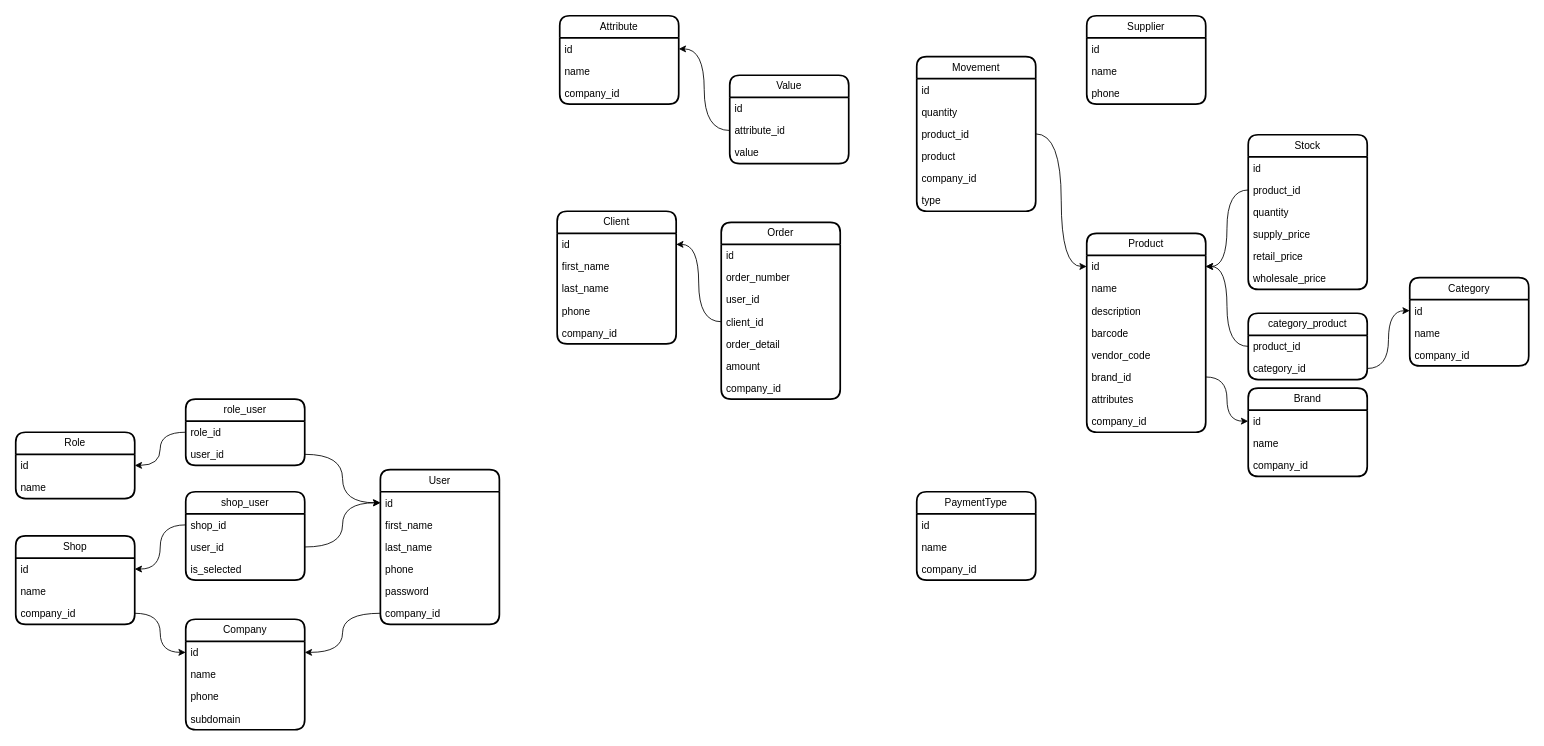
Before: page "v3" (1 of 3) of karsoft-wsm.drawio in iztileuoff/databases, a draw.io diagram. Source tidied: cells renumbered, new cells numbered last; positions are measured from the earlier drawing's top-left corner, leaving out a move shared by most shapes. Both pictures are drawn from the tidied source at 85%, with x=0, y=0 at pixel (15, 15).
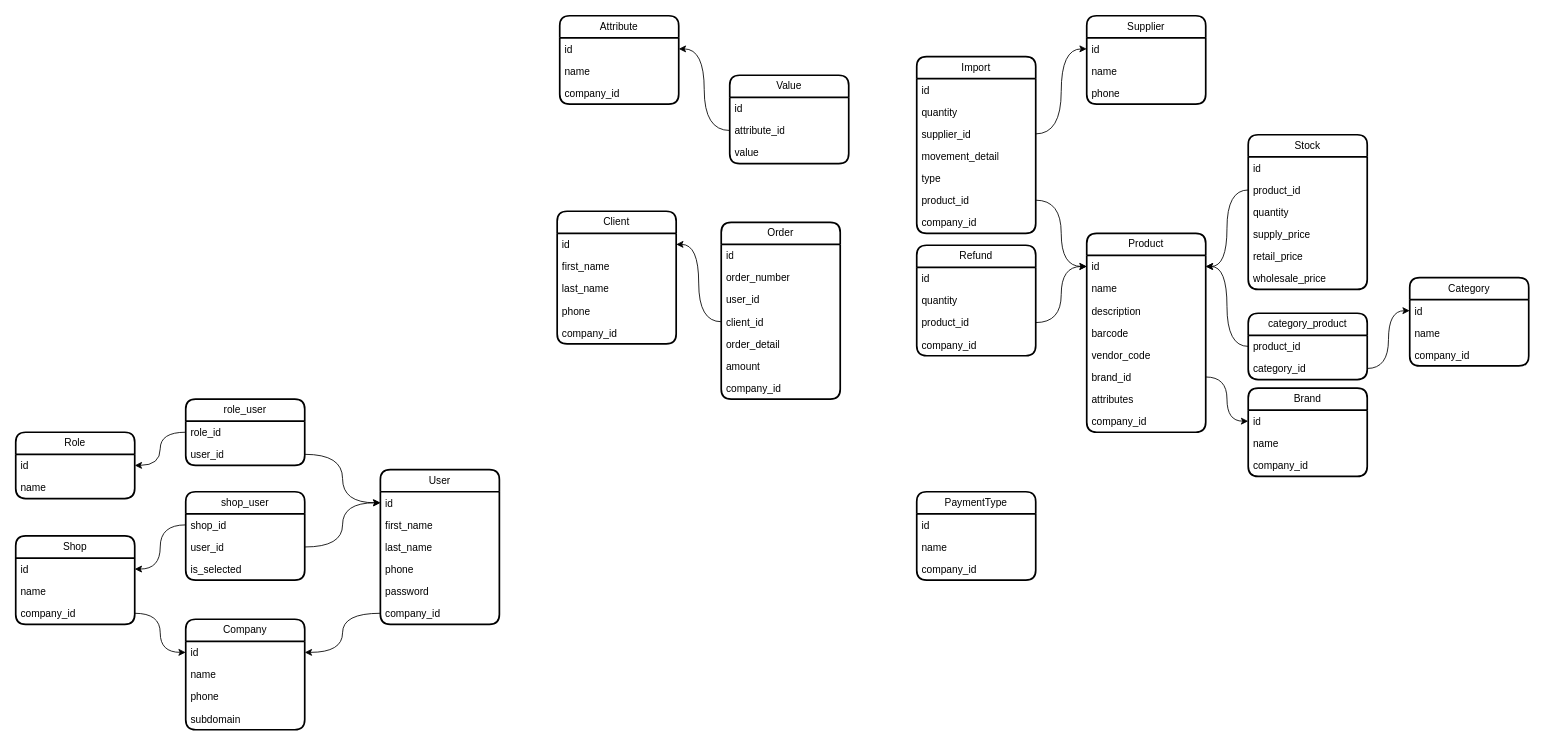
After the change.

The change refers to these unchanged cells:
```xml
<mxCell id="14" value="id" style="text;strokeColor=none;fillColor=none;align=left;verticalAlign=top;spacingLeft=4;spacingRight=4;overflow=hidden;points=[[0,0.5],[1,0.5]];portConstraint=eastwest;whiteSpace=wrap;html=1;" parent="13" vertex="1">
  <mxGeometry y="26" width="140" height="26" as="geometry" />
</mxCell>
<mxCell id="102" value="id" style="text;strokeColor=none;fillColor=none;align=left;verticalAlign=top;spacingLeft=4;spacingRight=4;overflow=hidden;points=[[0,0.5],[1,0.5]];portConstraint=eastwest;whiteSpace=wrap;html=1;" parent="101" vertex="1">
  <mxGeometry y="26" width="140" height="26" as="geometry" />
</mxCell>
```

Change to the diagram source:
```diff
@@
-    <mxCell id="46" value="Movement" style="swimlane;fontStyle=0;horizontal=1;startSize=26;fillColor=none;whiteSpace=wrap;html=1;rounded=1;shadow=0;glass=0;strokeWidth=2;" parent="1" vertex="1">
-      <mxGeometry x="1060" y="48" width="140" height="182" as="geometry" />
+    <mxCell id="46" value="Import" style="swimlane;fontStyle=0;horizontal=1;startSize=26;fillColor=none;whiteSpace=wrap;html=1;rounded=1;shadow=0;glass=0;strokeWidth=2;" parent="1" vertex="1">
+      <mxGeometry x="1060" y="48" width="140" height="208" as="geometry" />
     </mxCell>
@@
+    <mxCell id="105" value="supplier_id" style="text;strokeColor=none;fillColor=none;align=left;verticalAlign=top;spacingLeft=4;spacingRight=4;overflow=hidden;points=[[0,0.5],[1,0.5]];portConstraint=eastwest;whiteSpace=wrap;html=1;" parent="46" vertex="1">
+      <mxGeometry y="78" width="140" height="26" as="geometry" />
+    </mxCell>
+    <mxCell id="50" value="movement_detail" style="text;strokeColor=none;fillColor=none;align=left;verticalAlign=top;spacingLeft=4;spacingRight=4;overflow=hidden;whiteSpace=wrap;html=1;" parent="46" vertex="1">
+      <mxGeometry y="104" width="140" height="26" as="geometry" />
+    </mxCell>
+    <mxCell id="52" value="type" style="text;strokeColor=none;fillColor=none;align=left;verticalAlign=top;spacingLeft=4;spacingRight=4;overflow=hidden;whiteSpace=wrap;html=1;" parent="46" vertex="1">
+      <mxGeometry y="130" width="140" height="26" as="geometry" />
+    </mxCell>
     <mxCell id="49" value="product_id" style="text;strokeColor=none;fillColor=none;align=left;verticalAlign=top;spacingLeft=4;spacingRight=4;overflow=hidden;points=[[0,0.5],[1,0.5]];portConstraint=eastwest;whiteSpace=wrap;html=1;" parent="46" vertex="1">
-      <mxGeometry y="78" width="140" height="26" as="geometry" />
+      <mxGeometry y="156" width="140" height="26" as="geometry" />
     </mxCell>
-    <mxCell id="50" value="product" style="text;strokeColor=none;fillColor=none;align=left;verticalAlign=top;spacingLeft=4;spacingRight=4;overflow=hidden;whiteSpace=wrap;html=1;" parent="46" vertex="1">
-      <mxGeometry y="104" width="140" height="26" as="geometry" />
-    </mxCell>
     <mxCell id="51" value="company_id" style="text;strokeColor=none;fillColor=none;align=left;verticalAlign=top;spacingLeft=4;spacingRight=4;overflow=hidden;whiteSpace=wrap;html=1;" parent="46" vertex="1">
-      <mxGeometry y="130" width="140" height="26" as="geometry" />
+      <mxGeometry y="182" width="140" height="26" as="geometry" />
     </mxCell>
-    <mxCell id="52" value="type" style="text;strokeColor=none;fillColor=none;align=left;verticalAlign=top;spacingLeft=4;spacingRight=4;overflow=hidden;whiteSpace=wrap;html=1;" parent="46" vertex="1">
-      <mxGeometry y="156" width="140" height="26" as="geometry" />
-    </mxCell>
@@
+    <mxCell id="106" value="Refund" style="swimlane;fontStyle=0;horizontal=1;startSize=26;fillColor=none;whiteSpace=wrap;html=1;rounded=1;shadow=0;glass=0;strokeWidth=2;" parent="1" vertex="1">
+      <mxGeometry x="1060" y="270" width="140" height="130" as="geometry" />
+    </mxCell>
+    <mxCell id="107" value="id" style="text;strokeColor=none;fillColor=none;align=left;verticalAlign=top;spacingLeft=4;spacingRight=4;overflow=hidden;whiteSpace=wrap;html=1;" parent="106" vertex="1">
+      <mxGeometry y="26" width="140" height="26" as="geometry" />
+    </mxCell>
+    <mxCell id="108" value="quantity" style="text;strokeColor=none;fillColor=none;align=left;verticalAlign=top;spacingLeft=4;spacingRight=4;overflow=hidden;whiteSpace=wrap;html=1;" parent="106" vertex="1">
+      <mxGeometry y="52" width="140" height="26" as="geometry" />
+    </mxCell>
+    <mxCell id="109" value="product_id" style="text;strokeColor=none;fillColor=none;align=left;verticalAlign=top;spacingLeft=4;spacingRight=4;overflow=hidden;points=[[0,0.5],[1,0.5]];portConstraint=eastwest;whiteSpace=wrap;html=1;" parent="106" vertex="1">
+      <mxGeometry y="78" width="140" height="26" as="geometry" />
+    </mxCell>
+    <mxCell id="110" value="company_id" style="text;strokeColor=none;fillColor=none;align=left;verticalAlign=top;spacingLeft=4;spacingRight=4;overflow=hidden;whiteSpace=wrap;html=1;" parent="106" vertex="1">
+      <mxGeometry y="104" width="140" height="26" as="geometry" />
+    </mxCell>
+    <mxCell id="111" style="edgeStyle=orthogonalEdgeStyle;rounded=0;jettySize=auto;html=1;entryX=0;entryY=0.5;entryDx=0;entryDy=0;curved=1;" parent="1" edge="1" source="109" target="14">
+      <mxGeometry relative="1" as="geometry" />
+    </mxCell>
+    <mxCell id="112" style="edgeStyle=orthogonalEdgeStyle;rounded=0;jettySize=auto;html=1;entryX=0;entryY=0.5;entryDx=0;entryDy=0;curved=1;" parent="1" edge="1" source="105" target="102">
+      <mxGeometry relative="1" as="geometry" />
+    </mxCell>
```
